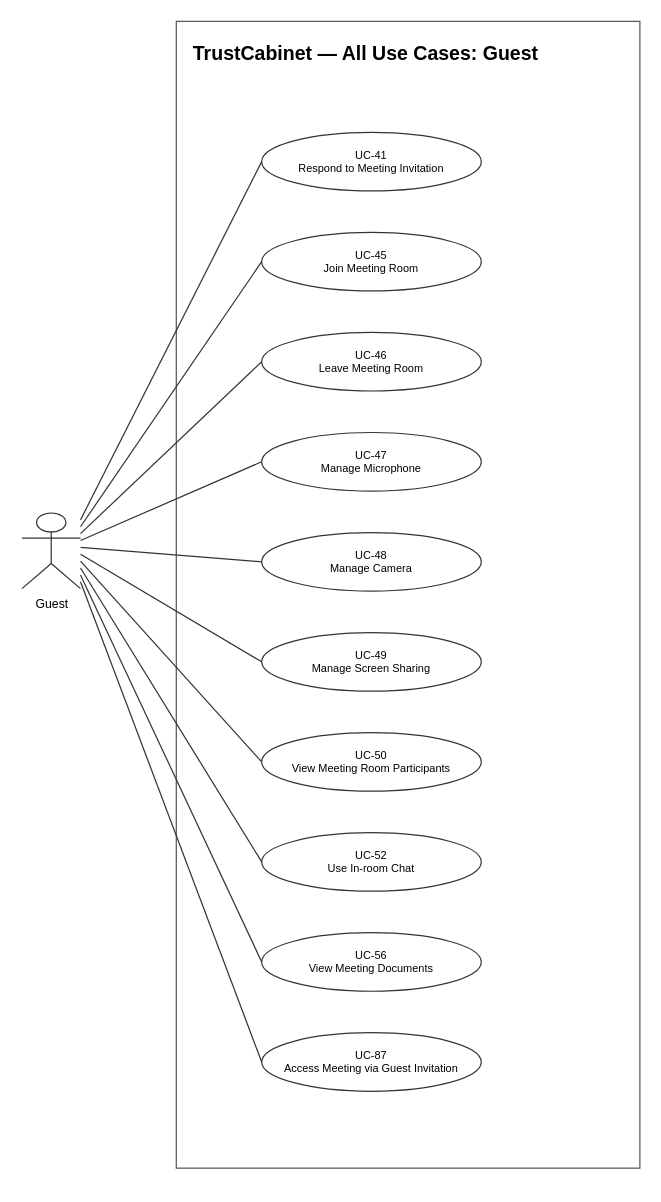
callmehai/FU-FA26-G116 keeps this draw.io diagram as docs/assets/use-case-diagrams/uc-guest.drawio. Above is the earlier version. Source tidied: cells renumbered, new cells numbered last; positions are measured from the earlier drawing's top-left corner, leaving out a move shared by most shapes. Both pictures are drawn from the tidied source at 122%, with x=0, y=0 at pixel (22, 21).
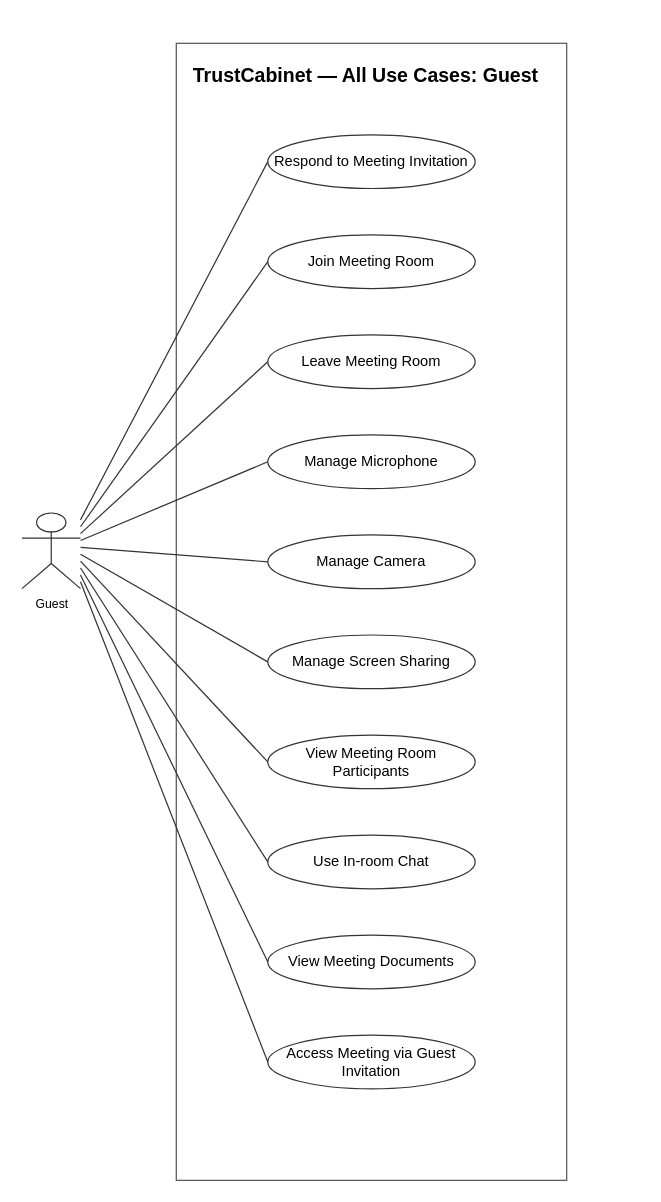
After the change.

The edit, as a diff of the source:
```diff
@@
     <mxCell id="2" value="TrustCabinet — All Use Cases: Guest" style="rounded=0;whiteSpace=wrap;html=1;align=left;verticalAlign=top;spacingTop=10;spacingLeft=12;fontStyle=1;fontSize=16;strokeColor=#555555;fillColor=none;" parent="1" vertex="1">
-      <mxGeometry x="126" width="380" height="940" as="geometry" />
+      <mxGeometry x="126" y="18" width="320" height="932" as="geometry" />
     </mxCell>
@@
-    <mxCell id="4" value="UC-41&lt;br&gt;Respond to Meeting Invitation" style="ellipse;whiteSpace=wrap;html=1;align=center;verticalAlign=middle;fontSize=9;strokeColor=#333333;fillColor=#ffffff;" parent="2" vertex="1">
-      <mxGeometry x="70" y="91" width="180" height="48" as="geometry" />
+    <mxCell id="4" value="Respond to Meeting Invitation" style="ellipse;whiteSpace=wrap;html=1;align=center;verticalAlign=middle;fontSize=12;strokeColor=#333333;fillColor=#ffffff;" parent="1" vertex="1">
+      <mxGeometry x="201" y="93" width="170" height="44" as="geometry" />
     </mxCell>
-    <mxCell id="5" value="UC-45&lt;br&gt;Join Meeting Room" style="ellipse;whiteSpace=wrap;html=1;align=center;verticalAlign=middle;fontSize=9;strokeColor=#333333;fillColor=#ffffff;" parent="2" vertex="1">
-      <mxGeometry x="70" y="173" width="180" height="48" as="geometry" />
+    <mxCell id="5" value="Join Meeting Room" style="ellipse;whiteSpace=wrap;html=1;align=center;verticalAlign=middle;fontSize=12;strokeColor=#333333;fillColor=#ffffff;" parent="1" vertex="1">
+      <mxGeometry x="201" y="175" width="170" height="44" as="geometry" />
     </mxCell>
-    <mxCell id="6" value="UC-46&lt;br&gt;Leave Meeting Room" style="ellipse;whiteSpace=wrap;html=1;align=center;verticalAlign=middle;fontSize=9;strokeColor=#333333;fillColor=#ffffff;" parent="2" vertex="1">
-      <mxGeometry x="70" y="255" width="180" height="48" as="geometry" />
+    <mxCell id="6" value="Leave Meeting Room" style="ellipse;whiteSpace=wrap;html=1;align=center;verticalAlign=middle;fontSize=12;strokeColor=#333333;fillColor=#ffffff;" parent="1" vertex="1">
+      <mxGeometry x="201" y="257" width="170" height="44" as="geometry" />
     </mxCell>
-    <mxCell id="7" value="UC-47&lt;br&gt;Manage Microphone" style="ellipse;whiteSpace=wrap;html=1;align=center;verticalAlign=middle;fontSize=9;strokeColor=#333333;fillColor=#ffffff;" parent="2" vertex="1">
-      <mxGeometry x="70" y="337" width="180" height="48" as="geometry" />
+    <mxCell id="7" value="Manage Microphone" style="ellipse;whiteSpace=wrap;html=1;align=center;verticalAlign=middle;fontSize=12;strokeColor=#333333;fillColor=#ffffff;" parent="1" vertex="1">
+      <mxGeometry x="201" y="339" width="170" height="44" as="geometry" />
     </mxCell>
-    <mxCell id="8" value="UC-48&lt;br&gt;Manage Camera" style="ellipse;whiteSpace=wrap;html=1;align=center;verticalAlign=middle;fontSize=9;strokeColor=#333333;fillColor=#ffffff;" parent="2" vertex="1">
-      <mxGeometry x="70" y="419" width="180" height="48" as="geometry" />
+    <mxCell id="8" value="Manage Camera" style="ellipse;whiteSpace=wrap;html=1;align=center;verticalAlign=middle;fontSize=12;strokeColor=#333333;fillColor=#ffffff;" parent="1" vertex="1">
+      <mxGeometry x="201" y="421" width="170" height="44" as="geometry" />
     </mxCell>
-    <mxCell id="9" value="UC-49&lt;br&gt;Manage Screen Sharing" style="ellipse;whiteSpace=wrap;html=1;align=center;verticalAlign=middle;fontSize=9;strokeColor=#333333;fillColor=#ffffff;" parent="2" vertex="1">
-      <mxGeometry x="70" y="501" width="180" height="48" as="geometry" />
+    <mxCell id="9" value="Manage Screen Sharing" style="ellipse;whiteSpace=wrap;html=1;align=center;verticalAlign=middle;fontSize=12;strokeColor=#333333;fillColor=#ffffff;" parent="1" vertex="1">
+      <mxGeometry x="201" y="503" width="170" height="44" as="geometry" />
     </mxCell>
-    <mxCell id="10" value="UC-50&lt;br&gt;View Meeting Room Participants" style="ellipse;whiteSpace=wrap;html=1;align=center;verticalAlign=middle;fontSize=9;strokeColor=#333333;fillColor=#ffffff;" parent="2" vertex="1">
-      <mxGeometry x="70" y="583" width="180" height="48" as="geometry" />
+    <mxCell id="10" value="View Meeting Room Participants" style="ellipse;whiteSpace=wrap;html=1;align=center;verticalAlign=middle;fontSize=12;strokeColor=#333333;fillColor=#ffffff;" parent="1" vertex="1">
+      <mxGeometry x="201" y="585" width="170" height="44" as="geometry" />
     </mxCell>
-    <mxCell id="11" value="UC-52&lt;br&gt;Use In-room Chat" style="ellipse;whiteSpace=wrap;html=1;align=center;verticalAlign=middle;fontSize=9;strokeColor=#333333;fillColor=#ffffff;" parent="2" vertex="1">
-      <mxGeometry x="70" y="665" width="180" height="48" as="geometry" />
+    <mxCell id="11" value="Use In-room Chat" style="ellipse;whiteSpace=wrap;html=1;align=center;verticalAlign=middle;fontSize=12;strokeColor=#333333;fillColor=#ffffff;" parent="1" vertex="1">
+      <mxGeometry x="201" y="667" width="170" height="44" as="geometry" />
     </mxCell>
-    <mxCell id="12" value="UC-56&lt;br&gt;View Meeting Documents" style="ellipse;whiteSpace=wrap;html=1;align=center;verticalAlign=middle;fontSize=9;strokeColor=#333333;fillColor=#ffffff;" parent="2" vertex="1">
-      <mxGeometry x="70" y="747" width="180" height="48" as="geometry" />
+    <mxCell id="12" value="View Meeting Documents" style="ellipse;whiteSpace=wrap;html=1;align=center;verticalAlign=middle;fontSize=12;strokeColor=#333333;fillColor=#ffffff;" parent="1" vertex="1">
+      <mxGeometry x="201" y="749" width="170" height="44" as="geometry" />
     </mxCell>
-    <mxCell id="13" value="UC-87&lt;br&gt;Access Meeting via Guest Invitation" style="ellipse;whiteSpace=wrap;html=1;align=center;verticalAlign=middle;fontSize=9;strokeColor=#333333;fillColor=#ffffff;" parent="2" vertex="1">
-      <mxGeometry x="70" y="829" width="180" height="48" as="geometry" />
+    <mxCell id="13" value="Access Meeting via Guest Invitation" style="ellipse;whiteSpace=wrap;html=1;align=center;verticalAlign=middle;fontSize=12;strokeColor=#333333;fillColor=#ffffff;" parent="1" vertex="1">
+      <mxGeometry x="201" y="831" width="170" height="44" as="geometry" />
     </mxCell>
```
